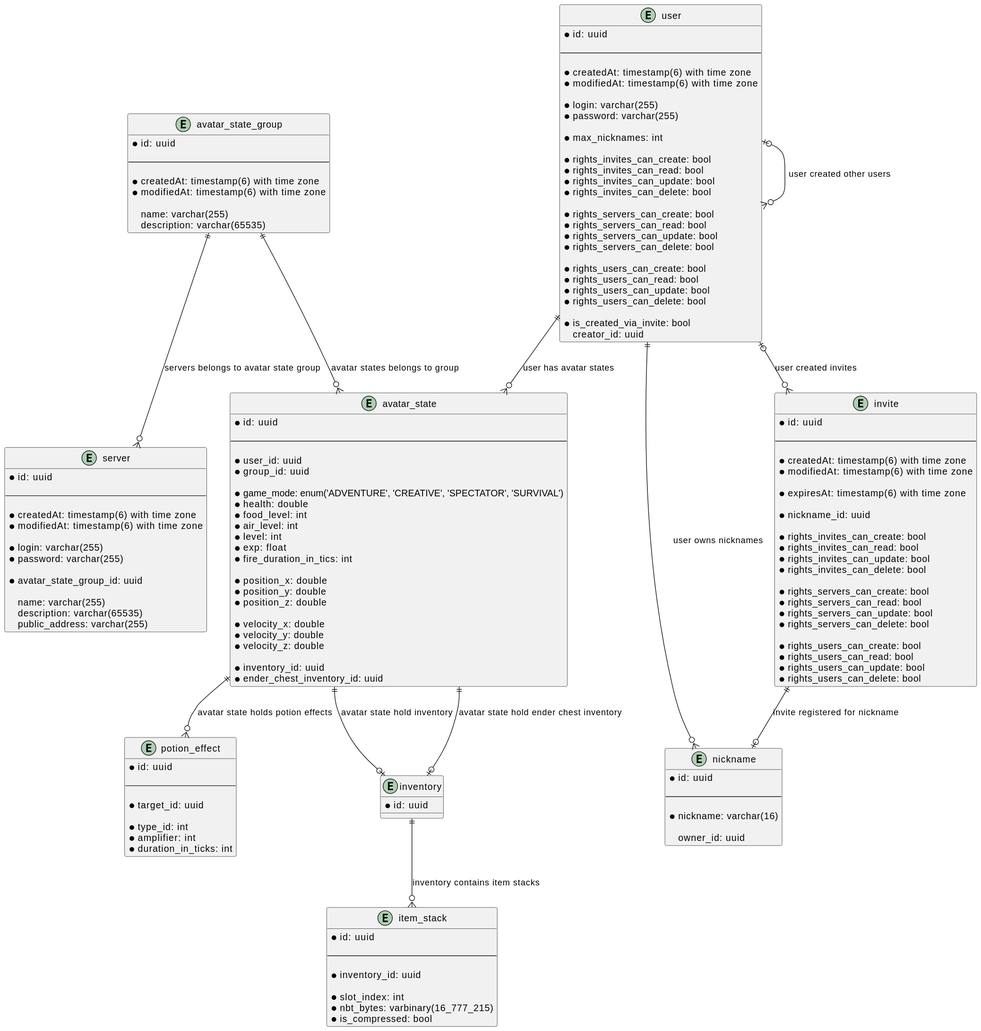
Above: server/docs/db.svg in Maksim2498/poms (PlantUML), before the change. The source it was exported from:
```plantuml
@startuml
entity avatar_state {
    * id: uuid

    --

    * user_id: uuid
    * group_id: uuid

    * game_mode: enum('ADVENTURE', 'CREATIVE', 'SPECTATOR', 'SURVIVAL')
    * health: double
    * food_level: int
    * air_level: int
    * level: int
    * exp: float
    * fire_duration_in_tics: int

    * position_x: double
    * position_y: double
    * position_z: double

    * velocity_x: double
    * velocity_y: double
    * velocity_z: double

    * inventory_id: uuid
    * ender_chest_inventory_id: uuid
}

entity avatar_state_group {
    * id: uuid

    --

    * createdAt: timestamp(6) with time zone
    * modifiedAt: timestamp(6) with time zone

    name: varchar(255)
    description: varchar(65535)
}

entity inventory {
    * id: uuid
}

entity invite {
    * id: uuid

    --

    * createdAt: timestamp(6) with time zone
    * modifiedAt: timestamp(6) with time zone

    * expiresAt: timestamp(6) with time zone

    * nickname_id: uuid

    * rights_invites_can_create: bool
    * rights_invites_can_read: bool
    * rights_invites_can_update: bool
    * rights_invites_can_delete: bool

    * rights_servers_can_create: bool
    * rights_servers_can_read: bool
    * rights_servers_can_update: bool
    * rights_servers_can_delete: bool

    * rights_users_can_create: bool
    * rights_users_can_read: bool
    * rights_users_can_update: bool
    * rights_users_can_delete: bool
}

entity item_stack {
    * id: uuid

    --

    * inventory_id: uuid

    * slot_index: int
    * nbt_bytes: varbinary(16_777_215)
    * is_compressed: bool
}

entity nickname {
    * id: uuid

    --

    * nickname: varchar(16)

    owner_id: uuid
}

entity potion_effect {
    * id: uuid

    --

    * target_id: uuid

    * type_id: int
    * amplifier: int
    * duration_in_ticks: int
}

entity server {
    * id: uuid

    --

    * createdAt: timestamp(6) with time zone
    * modifiedAt: timestamp(6) with time zone

    * login: varchar(255)
    * password: varchar(255)

    * avatar_state_group_id: uuid

    name: varchar(255)
    description: varchar(65535)
    public_address: varchar(255)
}

entity user {
    * id: uuid

    --

    * createdAt: timestamp(6) with time zone
    * modifiedAt: timestamp(6) with time zone

    * login: varchar(255)
    * password: varchar(255)

    * max_nicknames: int

    * rights_invites_can_create: bool
    * rights_invites_can_read: bool
    * rights_invites_can_update: bool
    * rights_invites_can_delete: bool

    * rights_servers_can_create: bool
    * rights_servers_can_read: bool
    * rights_servers_can_update: bool
    * rights_servers_can_delete: bool

    * rights_users_can_create: bool
    * rights_users_can_read: bool
    * rights_users_can_update: bool
    * rights_users_can_delete: bool

    * is_created_via_invite: bool
    creator_id: uuid
}

user |o--o{ user : user created other users
user ||--o{ nickname : user owns nicknames
user |o--o{ invite : user created invites
user ||--o{ avatar_state : user has avatar states

avatar_state_group ||--o{ avatar_state : avatar states belongs to group
avatar_state_group ||--o{ server : servers belongs to avatar state group

avatar_state ||--o{ potion_effect : avatar state holds potion effects
avatar_state ||--o| inventory : avatar state hold inventory
avatar_state ||--o| inventory : avatar state hold ender chest inventory

inventory ||--o{ item_stack : inventory contains item stacks

invite ||--o| nickname : invite registered for nickname
@enduml
```
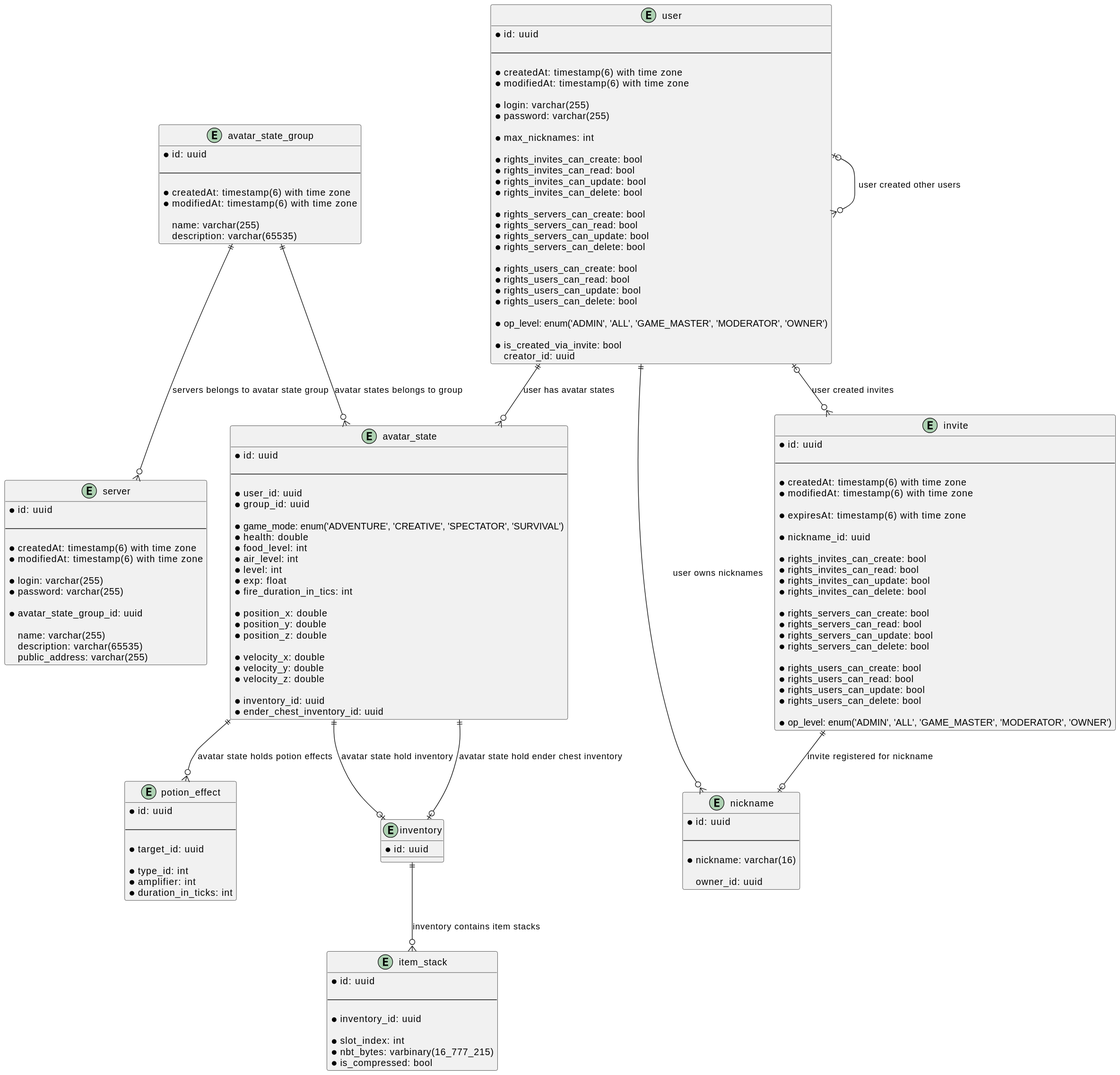
After the change.

Commit message:
Updated database ER-diagram

Diff of the diagram source:
```diff
@@ -69,6 +69,8 @@
     * rights_users_can_read: bool
     * rights_users_can_update: bool
     * rights_users_can_delete: bool
+
+    * op_level: enum('ADMIN', 'ALL', 'GAME_MASTER', 'MODERATOR', 'OWNER')
 }
 
 entity item_stack {
@@ -151,6 +153,8 @@
     * rights_users_can_update: bool
     * rights_users_can_delete: bool
 
+    * op_level: enum('ADMIN', 'ALL', 'GAME_MASTER', 'MODERATOR', 'OWNER')
+
     * is_created_via_invite: bool
     creator_id: uuid
 }
```
